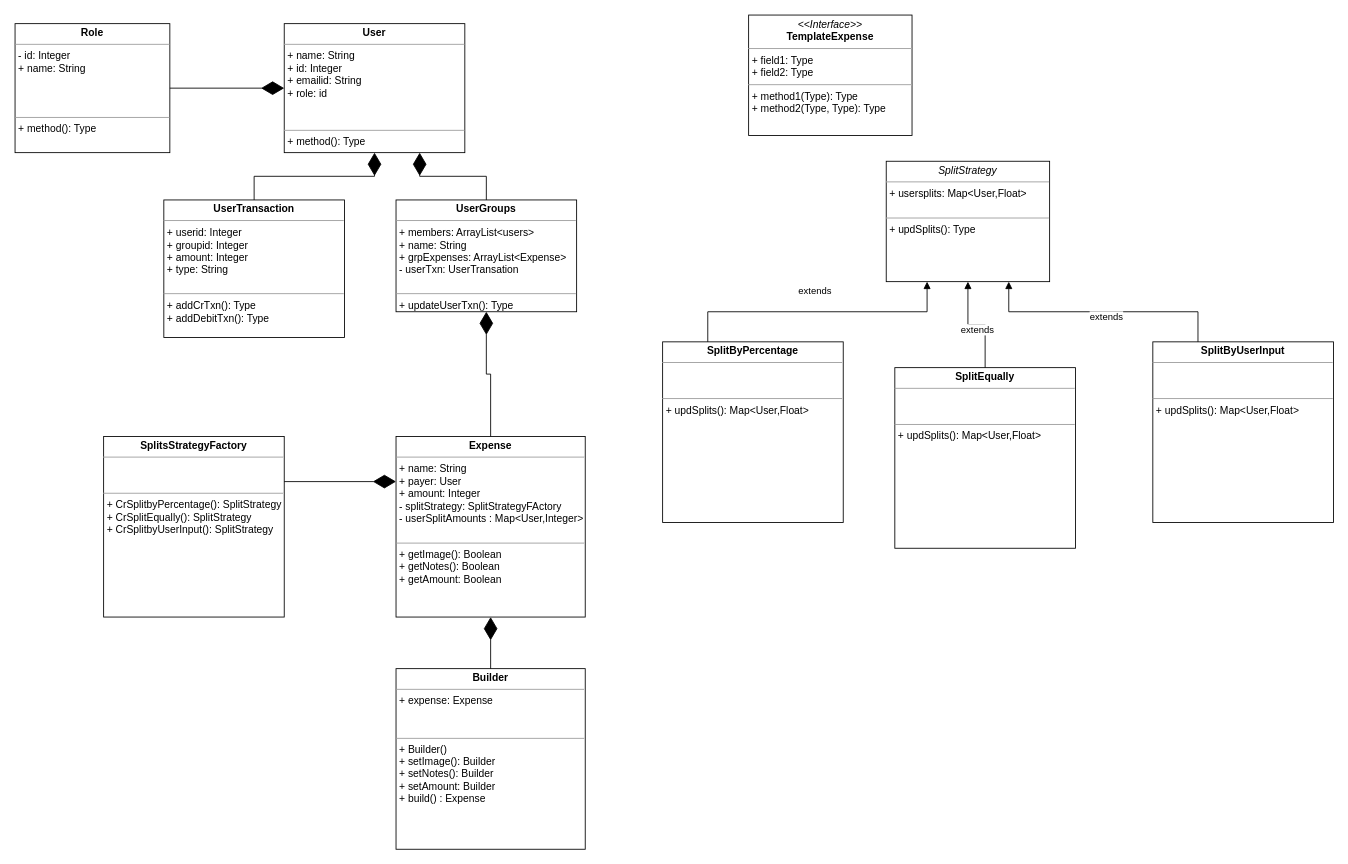
This is Splitwise/Splitwise.drawio from LearningsLab/BoilerPlates, a draw.io file, before an edit. Source tidied: cells renumbered, new cells numbered last; positions are measured from the earlier drawing's top-left corner, leaving out a move shared by most shapes. Both pictures are drawn from the tidied source at 86%, with x=0, y=0 at pixel (15, 15).
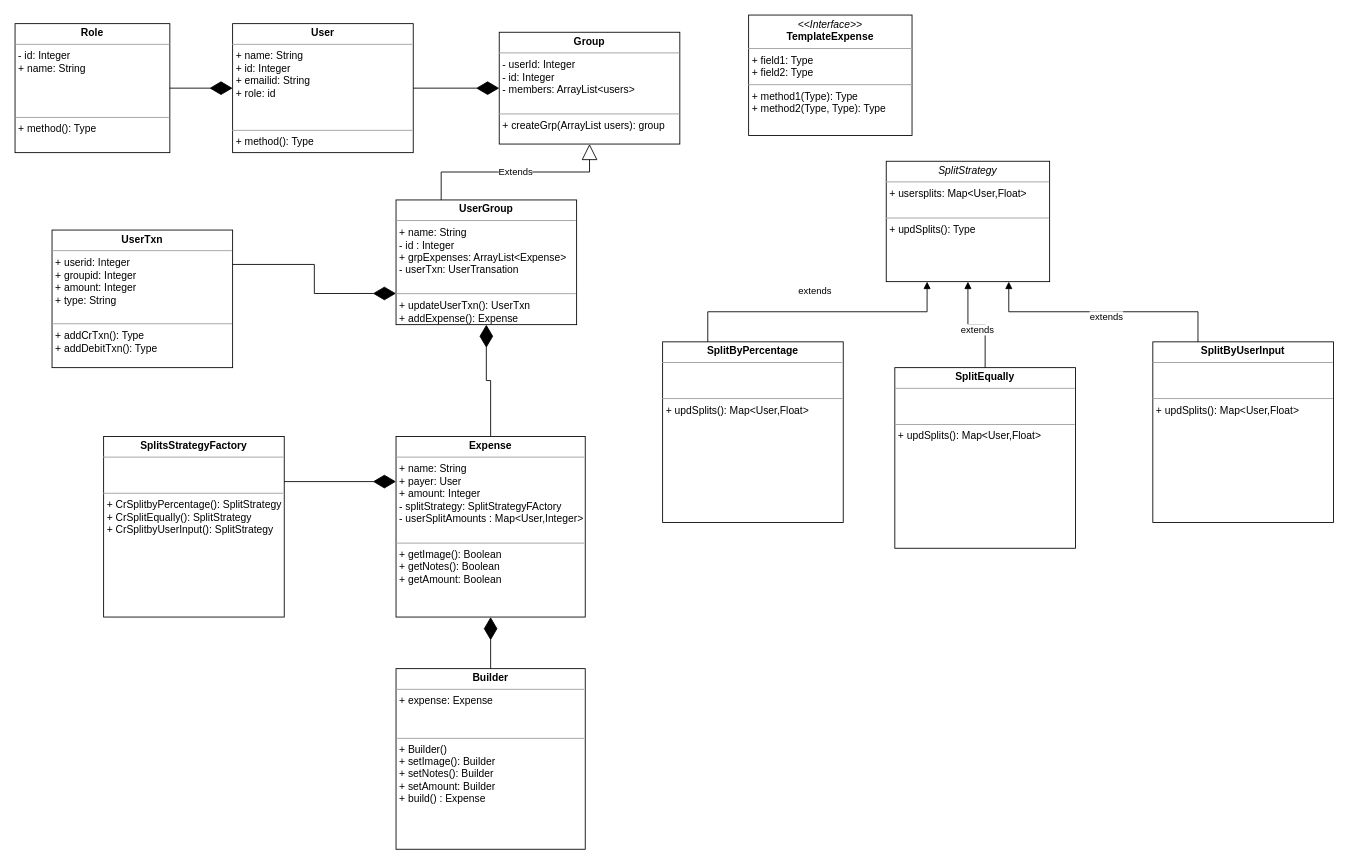
The same diagram, later.

Change to the diagram source:
```diff
@@
-    <mxCell id="2" value="&lt;p style=&quot;margin: 0px ; margin-top: 4px ; text-align: center&quot;&gt;&lt;b&gt;UserGroups&lt;/b&gt;&lt;/p&gt;&lt;hr size=&quot;1&quot;&gt;&lt;p style=&quot;margin: 0px ; margin-left: 4px&quot;&gt;+ members: ArrayList&amp;lt;users&amp;gt;&lt;/p&gt;&lt;p style=&quot;margin: 0px ; margin-left: 4px&quot;&gt;+ name: String&lt;/p&gt;&lt;p style=&quot;margin: 0px ; margin-left: 4px&quot;&gt;+ grpExpenses: ArrayList&amp;lt;Expense&amp;gt;&lt;/p&gt;&lt;p style=&quot;margin: 0px ; margin-left: 4px&quot;&gt;- userTxn: UserTransation&lt;/p&gt;&lt;p style=&quot;margin: 0px ; margin-left: 4px&quot;&gt;&lt;br&gt;&lt;/p&gt;&lt;hr size=&quot;1&quot;&gt;&lt;p style=&quot;margin: 0px ; margin-left: 4px&quot;&gt;+ updateUserTxn(): Type&lt;/p&gt;" style="verticalAlign=top;align=left;overflow=fill;fontSize=12;fontFamily=Helvetica;html=1;hachureGap=4;" parent="1" vertex="1">
-      <mxGeometry x="443" y="215" width="210" height="130" as="geometry" />
+    <mxCell id="2" value="&lt;p style=&quot;margin: 0px ; margin-top: 4px ; text-align: center&quot;&gt;&lt;b&gt;UserGroup&lt;/b&gt;&lt;/p&gt;&lt;hr size=&quot;1&quot;&gt;&lt;p style=&quot;margin: 0px ; margin-left: 4px&quot;&gt;&lt;span&gt;+ name: String&lt;/span&gt;&lt;br&gt;&lt;/p&gt;&lt;p style=&quot;margin: 0px ; margin-left: 4px&quot;&gt;- id : Integer&lt;/p&gt;&lt;p style=&quot;margin: 0px ; margin-left: 4px&quot;&gt;+ grpExpenses: ArrayList&amp;lt;Expense&amp;gt;&lt;/p&gt;&lt;p style=&quot;margin: 0px ; margin-left: 4px&quot;&gt;- userTxn: UserTransation&lt;/p&gt;&lt;p style=&quot;margin: 0px ; margin-left: 4px&quot;&gt;&lt;br&gt;&lt;/p&gt;&lt;hr size=&quot;1&quot;&gt;&lt;p style=&quot;margin: 0px ; margin-left: 4px&quot;&gt;+ updateUserTxn(): UserTxn&lt;/p&gt;&lt;p style=&quot;margin: 0px ; margin-left: 4px&quot;&gt;+ addExpense(): Expense&lt;/p&gt;" style="verticalAlign=top;align=left;overflow=fill;fontSize=12;fontFamily=Helvetica;html=1;hachureGap=4;" parent="1" vertex="1">
+      <mxGeometry x="443" y="215" width="210" height="145" as="geometry" />
     </mxCell>
@@
-    <mxCell id="10" value="&lt;p style=&quot;margin: 0px ; margin-top: 4px ; text-align: center&quot;&gt;&lt;b&gt;UserTransaction&lt;/b&gt;&lt;/p&gt;&lt;hr size=&quot;1&quot;&gt;&lt;p style=&quot;margin: 0px ; margin-left: 4px&quot;&gt;+ userid: Integer&lt;/p&gt;&lt;p style=&quot;margin: 0px ; margin-left: 4px&quot;&gt;+ groupid: Integer&lt;/p&gt;&lt;p style=&quot;margin: 0px ; margin-left: 4px&quot;&gt;+ amount: Integer&lt;/p&gt;&lt;p style=&quot;margin: 0px ; margin-left: 4px&quot;&gt;+ type: String&lt;/p&gt;&lt;p style=&quot;margin: 0px ; margin-left: 4px&quot;&gt;&lt;br&gt;&lt;/p&gt;&lt;hr size=&quot;1&quot;&gt;&lt;p style=&quot;margin: 0px ; margin-left: 4px&quot;&gt;+ addCrTxn(): Type&lt;/p&gt;&lt;p style=&quot;margin: 0px ; margin-left: 4px&quot;&gt;+ addDebitTxn(): Type&lt;/p&gt;" style="verticalAlign=top;align=left;overflow=fill;fontSize=12;fontFamily=Helvetica;html=1;hachureGap=4;" parent="1" vertex="1">
-      <mxGeometry x="173" y="215" width="210" height="160" as="geometry" />
+    <mxCell id="10" value="&lt;p style=&quot;margin: 0px ; margin-top: 4px ; text-align: center&quot;&gt;&lt;b&gt;UserTxn&lt;/b&gt;&lt;/p&gt;&lt;hr size=&quot;1&quot;&gt;&lt;p style=&quot;margin: 0px ; margin-left: 4px&quot;&gt;+ userid: Integer&lt;/p&gt;&lt;p style=&quot;margin: 0px ; margin-left: 4px&quot;&gt;+ groupid: Integer&lt;/p&gt;&lt;p style=&quot;margin: 0px ; margin-left: 4px&quot;&gt;+ amount: Integer&lt;/p&gt;&lt;p style=&quot;margin: 0px ; margin-left: 4px&quot;&gt;+ type: String&lt;/p&gt;&lt;p style=&quot;margin: 0px ; margin-left: 4px&quot;&gt;&lt;br&gt;&lt;/p&gt;&lt;hr size=&quot;1&quot;&gt;&lt;p style=&quot;margin: 0px ; margin-left: 4px&quot;&gt;+ addCrTxn(): Type&lt;/p&gt;&lt;p style=&quot;margin: 0px ; margin-left: 4px&quot;&gt;+ addDebitTxn(): Type&lt;/p&gt;" style="verticalAlign=top;align=left;overflow=fill;fontSize=12;fontFamily=Helvetica;html=1;hachureGap=4;" parent="1" vertex="1">
+      <mxGeometry x="43" y="250" width="210" height="160" as="geometry" />
     </mxCell>
     <mxCell id="11" value="&lt;p style=&quot;margin: 0px ; margin-top: 4px ; text-align: center&quot;&gt;&lt;b&gt;User&lt;/b&gt;&lt;/p&gt;&lt;hr size=&quot;1&quot;&gt;&lt;p style=&quot;margin: 0px ; margin-left: 4px&quot;&gt;+ name: String&lt;/p&gt;&lt;p style=&quot;margin: 0px ; margin-left: 4px&quot;&gt;+ id: Integer&lt;/p&gt;&lt;p style=&quot;margin: 0px ; margin-left: 4px&quot;&gt;+ emailid: String&lt;/p&gt;&lt;p style=&quot;margin: 0px ; margin-left: 4px&quot;&gt;+ role: id&lt;/p&gt;&lt;p style=&quot;margin: 0px ; margin-left: 4px&quot;&gt;&lt;br&gt;&lt;/p&gt;&lt;p style=&quot;margin: 0px ; margin-left: 4px&quot;&gt;&lt;br&gt;&lt;/p&gt;&lt;hr size=&quot;1&quot;&gt;&lt;p style=&quot;margin: 0px ; margin-left: 4px&quot;&gt;+ method(): Type&lt;/p&gt;" style="verticalAlign=top;align=left;overflow=fill;fontSize=12;fontFamily=Helvetica;html=1;hachureGap=4;" parent="1" vertex="1">
-      <mxGeometry x="313" y="10" width="210" height="150" as="geometry" />
+      <mxGeometry x="253" y="10" width="210" height="150" as="geometry" />
     </mxCell>
@@
-    <mxCell id="13" style="endArrow=diamondThin;endFill=1;endSize=24;html=1;rounded=0;edgeStyle=orthogonalEdgeStyle;exitX=0.5;exitY=0;exitDx=0;exitDy=0;entryX=0.5;entryY=1;entryDx=0;entryDy=0;" parent="1" edge="1" source="10" target="11">
+    <mxCell id="13" style="endArrow=diamondThin;endFill=1;endSize=24;html=1;rounded=0;edgeStyle=orthogonalEdgeStyle;entryX=0;entryY=0.75;entryDx=0;entryDy=0;exitX=1;exitY=0.25;exitDx=0;exitDy=0;" parent="1" edge="1" source="10" target="2">
       <mxGeometry relative="1" as="geometry" />
     </mxCell>
-    <mxCell id="14" style="endArrow=diamondThin;endFill=1;endSize=24;html=1;rounded=0;edgeStyle=orthogonalEdgeStyle;exitX=0.5;exitY=0;exitDx=0;exitDy=0;entryX=0.75;entryY=1;entryDx=0;entryDy=0;" parent="1" edge="1" source="2" target="11">
-      <mxGeometry relative="1" as="geometry" />
-    </mxCell>
@@
+    <mxCell id="23" value="&lt;p style=&quot;margin: 0px ; margin-top: 4px ; text-align: center&quot;&gt;&lt;b&gt;Group&lt;/b&gt;&lt;/p&gt;&lt;hr size=&quot;1&quot;&gt;&lt;p style=&quot;margin: 0px ; margin-left: 4px&quot;&gt;- userId: Integer&lt;/p&gt;&lt;p style=&quot;margin: 0px ; margin-left: 4px&quot;&gt;- id: Integer&lt;/p&gt;&lt;p style=&quot;margin: 0px ; margin-left: 4px&quot;&gt;- members: ArrayList&amp;lt;users&amp;gt;&lt;br&gt;&lt;/p&gt;&lt;p style=&quot;margin: 0px ; margin-left: 4px&quot;&gt;&lt;br&gt;&lt;/p&gt;&lt;hr size=&quot;1&quot;&gt;&lt;p style=&quot;margin: 0px ; margin-left: 4px&quot;&gt;+ createGrp(ArrayList users): group&lt;/p&gt;" style="verticalAlign=top;align=left;overflow=fill;fontSize=12;fontFamily=Helvetica;html=1;hachureGap=4;" parent="1" vertex="1">
+      <mxGeometry x="563" y="20" width="210" height="130" as="geometry" />
+    </mxCell>
+    <mxCell id="24" value="Extends" style="endArrow=block;endSize=16;endFill=0;html=1;rounded=0;edgeStyle=orthogonalEdgeStyle;entryX=0.5;entryY=1;entryDx=0;entryDy=0;exitX=0.25;exitY=0;exitDx=0;exitDy=0;" parent="1" edge="1" source="2" target="23">
+      <mxGeometry relative="1" as="geometry" />
+    </mxCell>
+    <mxCell id="25" style="endArrow=diamondThin;endFill=1;endSize=24;html=1;rounded=0;edgeStyle=orthogonalEdgeStyle;exitX=1;exitY=0.5;exitDx=0;exitDy=0;entryX=0;entryY=0.5;entryDx=0;entryDy=0;" parent="1" edge="1" source="11" target="23">
+      <mxGeometry relative="1" as="geometry" />
+    </mxCell>
```
